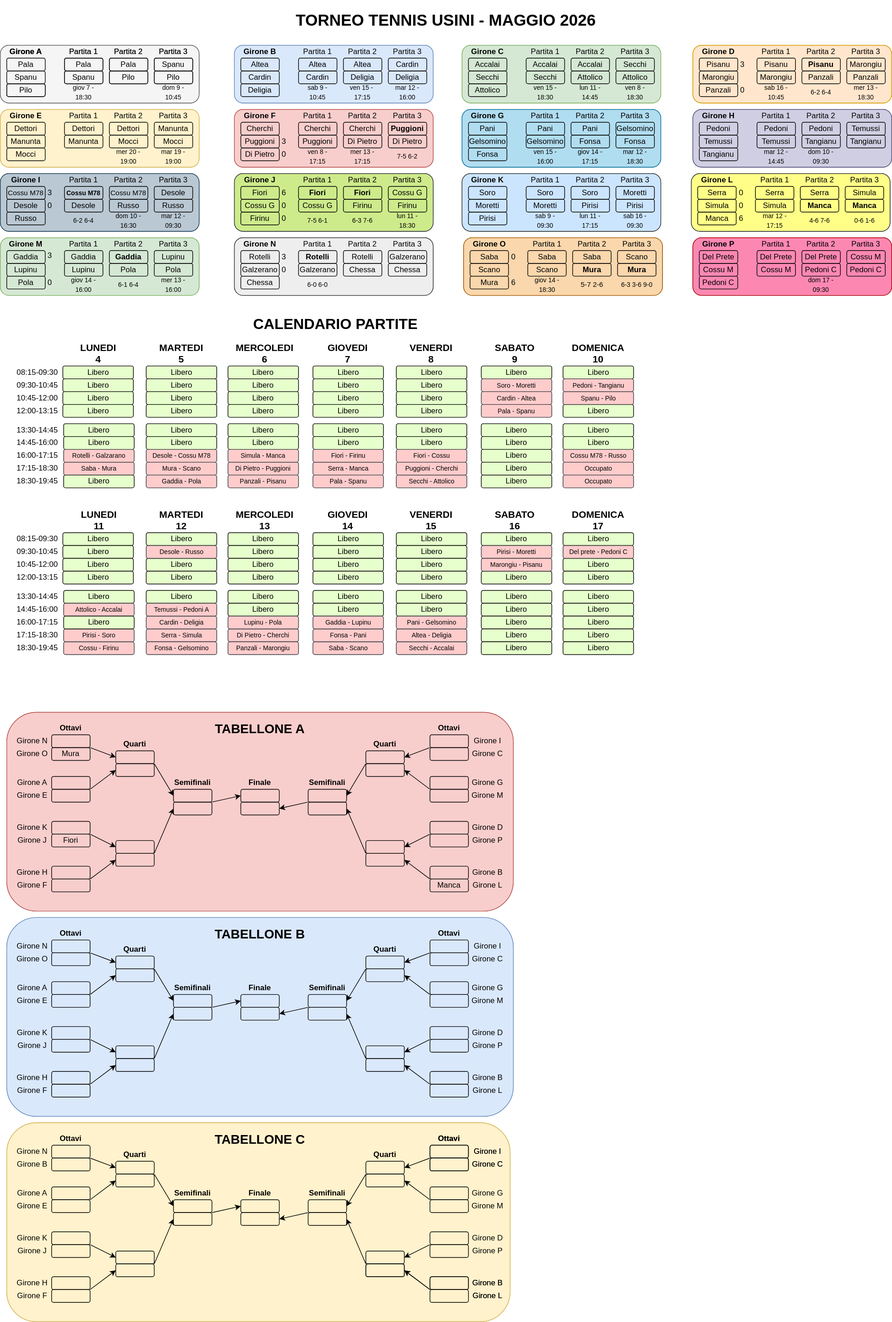
This is torneo-tennis-2026/tabellone.drawio.svg from cscalaresu/tornei, a draw.io export, as it was before one commit. Source tidied: cells renumbered, new cells last; positions are measured from the earlier drawing's top-left corner, leaving out a move shared by most shapes.
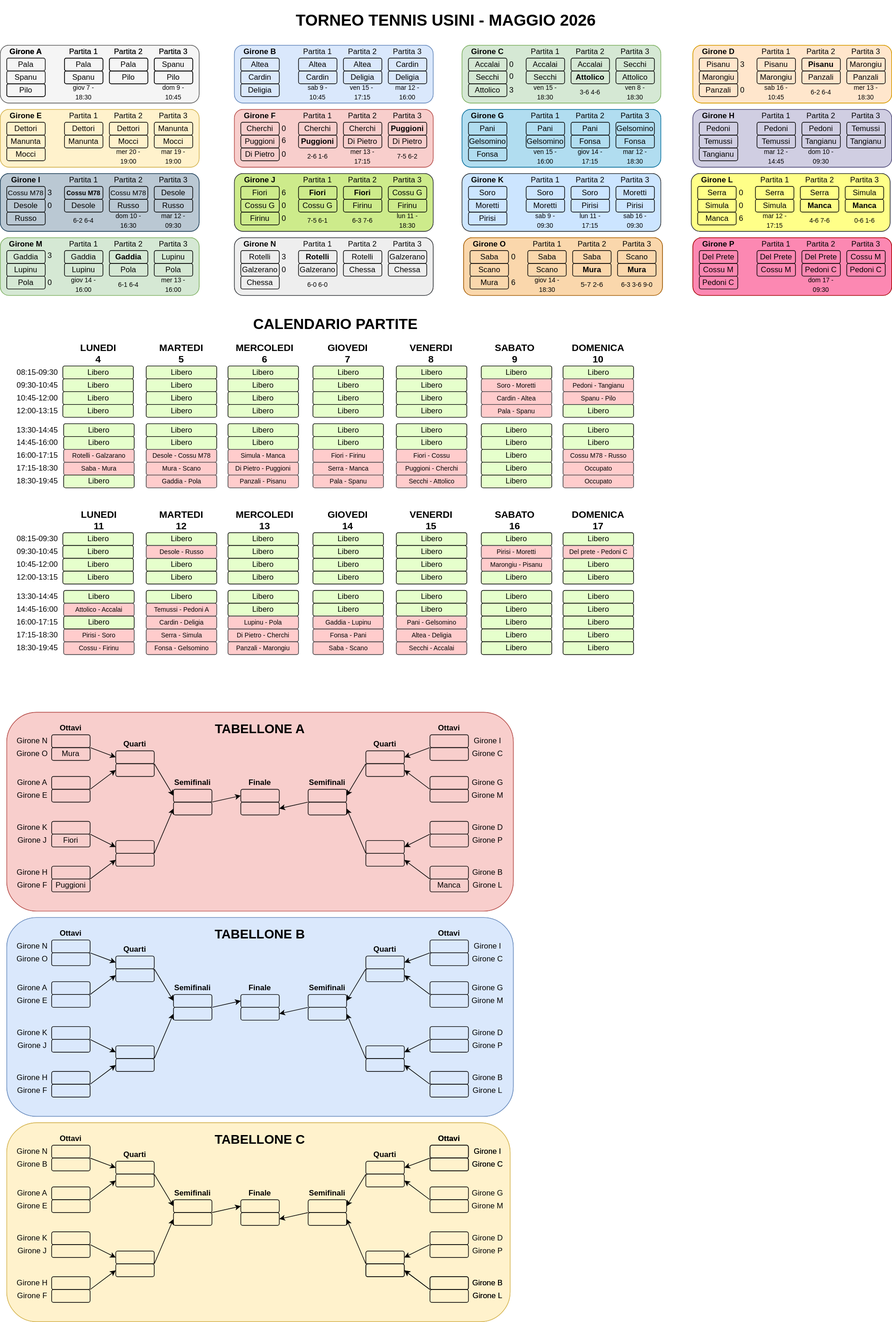
The same file after the commit.

The edit, as a diff of the source:
```diff
@@ -509,7 +509,7 @@
     <mxCell id="170" value="Deligia" style="rounded=1;whiteSpace=wrap;html=1;fillColor=none;fontStyle=0;" parent="1" vertex="1">
       <mxGeometry x="535" y="110" width="60" height="20" as="geometry" />
     </mxCell>
-    <mxCell id="171" value="Attolico" style="rounded=1;whiteSpace=wrap;html=1;fillColor=none;fontStyle=0;" parent="1" vertex="1">
+    <mxCell id="171" value="Attolico" style="rounded=1;whiteSpace=wrap;html=1;fillColor=none;fontStyle=1;" parent="1" vertex="1">
       <mxGeometry x="890" y="110" width="60" height="20" as="geometry" />
     </mxCell>
     <mxCell id="172" value="Panzali" style="rounded=1;whiteSpace=wrap;html=1;fillColor=none;fontStyle=0;" parent="1" vertex="1">
@@ -587,7 +587,7 @@
     <mxCell id="196" style="rounded=1;whiteSpace=wrap;html=1;fillColor=none;" parent="1" vertex="1">
       <mxGeometry x="240" y="90" width="60" height="20" as="geometry" />
     </mxCell>
-    <mxCell id="197" value="Puggioni" style="rounded=1;whiteSpace=wrap;html=1;fillColor=none;" parent="1" vertex="1">
+    <mxCell id="197" value="Puggioni" style="rounded=1;whiteSpace=wrap;html=1;fillColor=none;fontStyle=1;" parent="1" vertex="1">
       <mxGeometry x="465" y="210" width="60" height="20" as="geometry" />
     </mxCell>
     <mxCell id="198" value="Puggioni" style="rounded=1;whiteSpace=wrap;html=1;fillColor=none;fontStyle=1;" parent="1" vertex="1">
@@ -1580,7 +1580,7 @@
     <mxCell id="525" value="&lt;font style=&quot;font-size: 11px;&quot;&gt;&lt;br&gt;&lt;/font&gt;" style="rounded=1;whiteSpace=wrap;html=1;fillColor=none;fontStyle=1;" parent="1" vertex="1">
       <mxGeometry x="80" y="1350" width="60" height="20" as="geometry" />
     </mxCell>
-    <mxCell id="526" style="rounded=1;whiteSpace=wrap;html=1;fillColor=none;fontStyle=1;" parent="1" vertex="1">
+    <mxCell id="526" value="&lt;span style=&quot;font-weight: normal;&quot;&gt;Puggioni&lt;/span&gt;" style="rounded=1;whiteSpace=wrap;html=1;fillColor=none;fontStyle=1;" parent="1" vertex="1">
       <mxGeometry x="80" y="1370" width="60" height="20" as="geometry" />
     </mxCell>
     <mxCell id="527" value="Girone H" style="text;html=1;align=center;verticalAlign=middle;whiteSpace=wrap;rounded=0;" parent="1" vertex="1">
@@ -2507,7 +2507,7 @@
     <mxCell id="831" value="&lt;font style=&quot;font-size: 10px;&quot;&gt;Puggioni - Cherchi&lt;/font&gt;" style="rounded=1;whiteSpace=wrap;html=1;fillColor=#ffcccc;strokeColor=#36393d;" parent="1" vertex="1">
       <mxGeometry x="617.5" y="720" width="110" height="20" as="geometry" />
     </mxCell>
-    <mxCell id="832" value="&lt;font style=&quot;font-size: 10px;&quot;&gt;ven 8 - 17:15&lt;/font&gt;" style="text;html=1;whiteSpace=wrap;strokeColor=none;fillColor=none;align=center;verticalAlign=middle;rounded=0;" parent="1" vertex="1">
+    <mxCell id="832" value="&lt;font style=&quot;font-size: 10px;&quot;&gt;2-6 1-6&lt;/font&gt;" style="text;html=1;whiteSpace=wrap;strokeColor=none;fillColor=none;align=center;verticalAlign=middle;rounded=0;" parent="1" vertex="1">
       <mxGeometry x="465" y="230" width="60" height="25" as="geometry" />
     </mxCell>
     <mxCell id="833" value="&lt;font style=&quot;font-size: 10px;&quot;&gt;Pala - Spanu&lt;/font&gt;" style="rounded=1;whiteSpace=wrap;html=1;fillColor=#ffcccc;strokeColor=#36393d;" parent="1" vertex="1">
@@ -2591,7 +2591,7 @@
     <mxCell id="859" value="&lt;font style=&quot;font-size: 10px;&quot;&gt;Attolico - Accalai&lt;/font&gt;" style="rounded=1;whiteSpace=wrap;html=1;fillColor=#ffcccc;strokeColor=#36393d;" parent="1" vertex="1">
       <mxGeometry x="98.8" y="940" width="110" height="20" as="geometry" />
     </mxCell>
-    <mxCell id="860" value="&lt;font style=&quot;font-size: 10px;&quot;&gt;lun 11 - 14:45&lt;/font&gt;" style="text;html=1;whiteSpace=wrap;strokeColor=none;fillColor=none;align=center;verticalAlign=middle;rounded=0;" parent="1" vertex="1">
+    <mxCell id="860" value="&lt;font style=&quot;font-size: 10px;&quot;&gt;3-6 4-6&lt;/font&gt;" style="text;html=1;whiteSpace=wrap;strokeColor=none;fillColor=none;align=center;verticalAlign=middle;rounded=0;" parent="1" vertex="1">
       <mxGeometry x="890" y="130" width="60" height="25" as="geometry" />
     </mxCell>
     <mxCell id="861" value="3" style="text;html=1;whiteSpace=wrap;strokeColor=none;fillColor=none;align=center;verticalAlign=middle;rounded=0;" parent="1" vertex="1">
@@ -2624,8 +2624,8 @@
     <mxCell id="870" value="0" style="text;html=1;whiteSpace=wrap;strokeColor=none;fillColor=none;align=center;verticalAlign=middle;rounded=0;" parent="1" vertex="1">
       <mxGeometry x="1150" y="127.5" width="15" height="25" as="geometry" />
     </mxCell>
-    <mxCell id="871" value="3" style="text;html=1;whiteSpace=wrap;strokeColor=none;fillColor=none;align=center;verticalAlign=middle;rounded=0;" parent="1" vertex="1">
-      <mxGeometry x="435" y="207.5" width="15" height="25" as="geometry" />
+    <mxCell id="871" value="6" style="text;html=1;whiteSpace=wrap;strokeColor=none;fillColor=none;align=center;verticalAlign=middle;rounded=0;" parent="1" vertex="1">
+      <mxGeometry x="435" y="207.5" width="15" height="22.5" as="geometry" />
     </mxCell>
     <mxCell id="872" value="0" style="text;html=1;whiteSpace=wrap;strokeColor=none;fillColor=none;align=center;verticalAlign=middle;rounded=0;" parent="1" vertex="1">
       <mxGeometry x="435" y="227.5" width="15" height="25" as="geometry" />
@@ -2681,5 +2681,17 @@
     <mxCell id="889" value="0" style="text;html=1;whiteSpace=wrap;strokeColor=none;fillColor=none;align=center;verticalAlign=middle;rounded=0;" parent="1" vertex="1">
       <mxGeometry x="435" y="307.5" width="15" height="25" as="geometry" />
     </mxCell>
+    <mxCell id="890" value="0" style="text;html=1;whiteSpace=wrap;strokeColor=none;fillColor=none;align=center;verticalAlign=middle;rounded=0;" parent="1" vertex="1">
+      <mxGeometry x="435" y="187.5" width="15" height="25" as="geometry" />
+    </mxCell>
+    <mxCell id="891" value="0" style="text;html=1;whiteSpace=wrap;strokeColor=none;fillColor=none;align=center;verticalAlign=middle;rounded=0;" parent="1" vertex="1">
+      <mxGeometry x="790" y="107.5" width="15" height="22.5" as="geometry" />
+    </mxCell>
+    <mxCell id="892" value="3" style="text;html=1;whiteSpace=wrap;strokeColor=none;fillColor=none;align=center;verticalAlign=middle;rounded=0;" parent="1" vertex="1">
+      <mxGeometry x="790" y="127.5" width="15" height="25" as="geometry" />
+    </mxCell>
+    <mxCell id="893" value="0" style="text;html=1;whiteSpace=wrap;strokeColor=none;fillColor=none;align=center;verticalAlign=middle;rounded=0;" parent="1" vertex="1">
+      <mxGeometry x="790" y="87.5" width="15" height="25" as="geometry" />
+    </mxCell>
   </root>
 </mxGraphModel>
```
